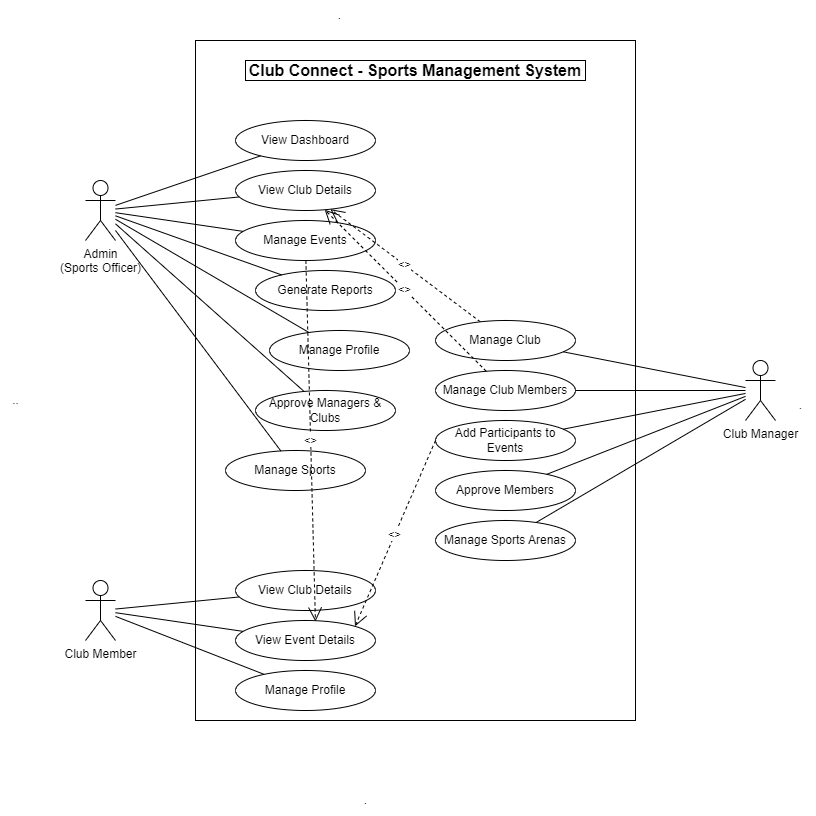
Earlier version of the draw.io export usecase.png (YathuPiraba/sports-management-system). Source tidied: cells renumbered, new cells last; positions are measured from the earlier drawing's top-left corner, leaving out a move shared by most shapes.
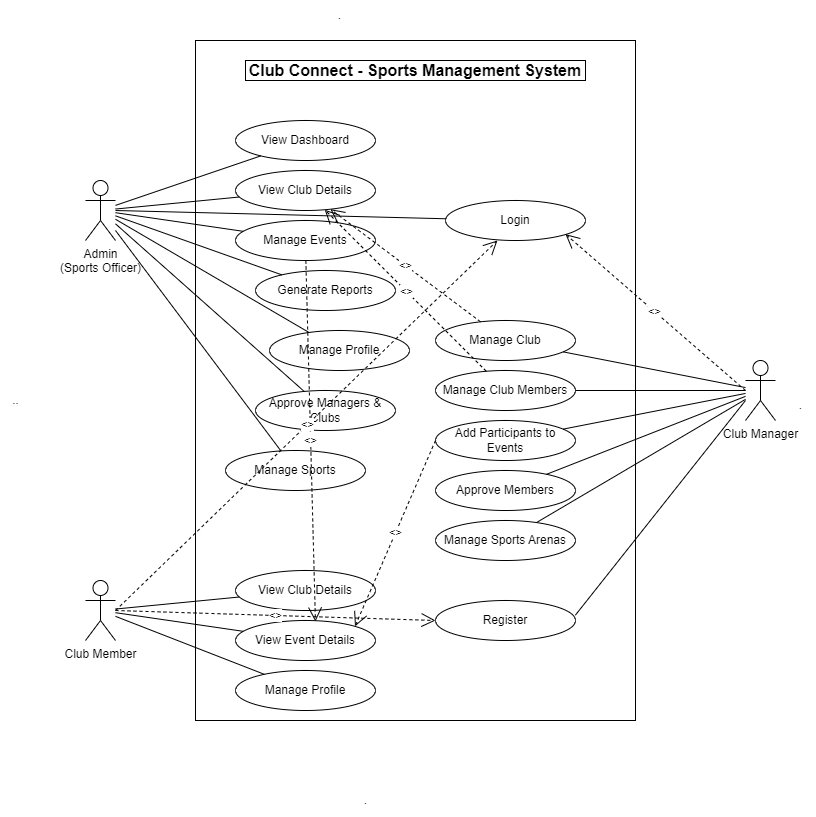
After the commit.

Diff of the diagram source:
```diff
@@ -17,6 +17,24 @@
     <mxCell id="6" value="Club Member" style="shape=umlActor;verticalLabelPosition=bottom;verticalAlign=top;html=1;strokeColor=#000000;" parent="1" vertex="1">
       <mxGeometry x="85" y="580" width="30" height="60" as="geometry" />
     </mxCell>
+    <mxCell id="45" style="endArrow=none;html=1;strokeColor=#000000;" parent="1" edge="1" source="4">
+      <mxGeometry relative="1" as="geometry" />
+    </mxCell>
+    <mxCell id="46" style="endArrow=none;html=1;strokeColor=#000000;" parent="1" edge="1" source="4">
+      <mxGeometry relative="1" as="geometry" />
+    </mxCell>
+    <mxCell id="47" style="endArrow=none;html=1;strokeColor=#000000;" parent="1" edge="1" source="5">
+      <mxGeometry relative="1" as="geometry" />
+    </mxCell>
+    <mxCell id="48" style="endArrow=none;html=1;strokeColor=#000000;" parent="1" edge="1" source="5">
+      <mxGeometry relative="1" as="geometry" />
+    </mxCell>
+    <mxCell id="49" style="endArrow=none;html=1;strokeColor=#000000;" parent="1" edge="1" source="6">
+      <mxGeometry relative="1" as="geometry" />
+    </mxCell>
+    <mxCell id="50" style="endArrow=none;html=1;strokeColor=#000000;" parent="1" edge="1" source="6">
+      <mxGeometry relative="1" as="geometry" />
+    </mxCell>
     <mxCell id="7" value="View Dashboard" style="ellipse;whiteSpace=wrap;html=1;strokeColor=#000000;" parent="1" vertex="1">
       <mxGeometry x="235" y="120" width="140" height="40" as="geometry" />
     </mxCell>
@@ -119,17 +137,49 @@
     <mxCell id="40" value="&lt;&lt;include&gt;&gt;" style="endArrow=open;endSize=12;dashed=1;html=1;exitX=0;exitY=0.5;exitDx=0;exitDy=0;entryX=1;entryY=0;entryDx=0;entryDy=0;strokeColor=#000000;" parent="1" edge="1" source="16" target="20">
       <mxGeometry relative="1" as="geometry" />
     </mxCell>
-    <mxCell id="41" value="." style="text;html=1;align=center;verticalAlign=middle;strokeColor=none;fillColor=none;" parent="1" vertex="1">
+    <mxCell id="41" value="." style="text;html=1;align=center;verticalAlign=middle;strokeColor=#FFFFFF;fillColor=none;" parent="1" vertex="1">
       <mxGeometry x="785" y="390" width="30" height="30" as="geometry" />
     </mxCell>
-    <mxCell id="42" value="." style="text;html=1;align=center;verticalAlign=middle;strokeColor=none;fillColor=none;" parent="1" vertex="1">
+    <mxCell id="42" value="." style="text;html=1;align=center;verticalAlign=middle;strokeColor=#FFFFFF;fillColor=none;" parent="1" vertex="1">
       <mxGeometry x="350" y="785" width="30" height="30" as="geometry" />
     </mxCell>
     <mxCell id="43" value=".." style="text;html=1;align=center;verticalAlign=middle;strokeColor=none;fillColor=none;" parent="1" vertex="1">
       <mxGeometry y="385" width="30" height="30" as="geometry" />
     </mxCell>
-    <mxCell id="44" value="." style="text;html=1;align=center;verticalAlign=middle;strokeColor=none;fillColor=none;" parent="1" vertex="1">
+    <mxCell id="44" value="." style="text;html=1;align=center;verticalAlign=middle;strokeColor=#FFFFFF;fillColor=none;" parent="1" vertex="1">
       <mxGeometry x="324" width="30" height="30" as="geometry" />
     </mxCell>
+    <mxCell id="51" value="Login" style="ellipse;whiteSpace=wrap;html=1;strokeColor=#000000;" parent="1" vertex="1">
+      <mxGeometry x="445" y="200" width="140" height="40" as="geometry" />
+    </mxCell>
+    <mxCell id="52" value="Register" style="ellipse;whiteSpace=wrap;html=1;strokeColor=#000000;" parent="1" vertex="1">
+      <mxGeometry x="435" y="600" width="140" height="40" as="geometry" />
+    </mxCell>
+    <mxCell id="53" value="&lt;&lt;include&gt;&gt;" style="endArrow=open;endSize=12;dashed=1;html=1;entryX=0.371;entryY=1;entryDx=0;entryDy=0;strokeColor=#000000;entryPerimeter=0;" parent="1" edge="1" target="51">
+      <mxGeometry relative="1" as="geometry">
+        <mxPoint x="115" y="610" as="sourcePoint" />
+      </mxGeometry>
+    </mxCell>
+    <mxCell id="54" value="&lt;&lt;include&gt;&gt;" style="endArrow=open;endSize=12;dashed=1;html=1;entryX=0;entryY=0.5;entryDx=0;entryDy=0;strokeColor=#000000;" parent="1" edge="1" target="52">
+      <mxGeometry relative="1" as="geometry">
+        <mxPoint x="115" y="610" as="sourcePoint" />
+      </mxGeometry>
+    </mxCell>
+    <mxCell id="55" style="endArrow=none;html=1;strokeColor=#000000;" parent="1" edge="1" target="51">
+      <mxGeometry relative="1" as="geometry">
+        <mxPoint x="115" y="210" as="sourcePoint" />
+      </mxGeometry>
+    </mxCell>
+    <mxCell id="56" value="&lt;&lt;include&gt;&gt;" style="endArrow=open;endSize=12;dashed=1;html=1;strokeColor=#000000;" parent="1" edge="1">
+      <mxGeometry relative="1" as="geometry">
+        <mxPoint x="745" y="390" as="sourcePoint" />
+        <mxPoint x="565" y="233.7" as="targetPoint" />
+      </mxGeometry>
+    </mxCell>
+    <mxCell id="57" style="endArrow=none;html=1;strokeColor=#000000;entryX=0.999;entryY=0.367;entryDx=0;entryDy=0;entryPerimeter=0;" parent="1" edge="1" target="52">
+      <mxGeometry relative="1" as="geometry">
+        <mxPoint x="745" y="400" as="sourcePoint" />
+      </mxGeometry>
+    </mxCell>
   </root>
 </mxGraphModel>
```
